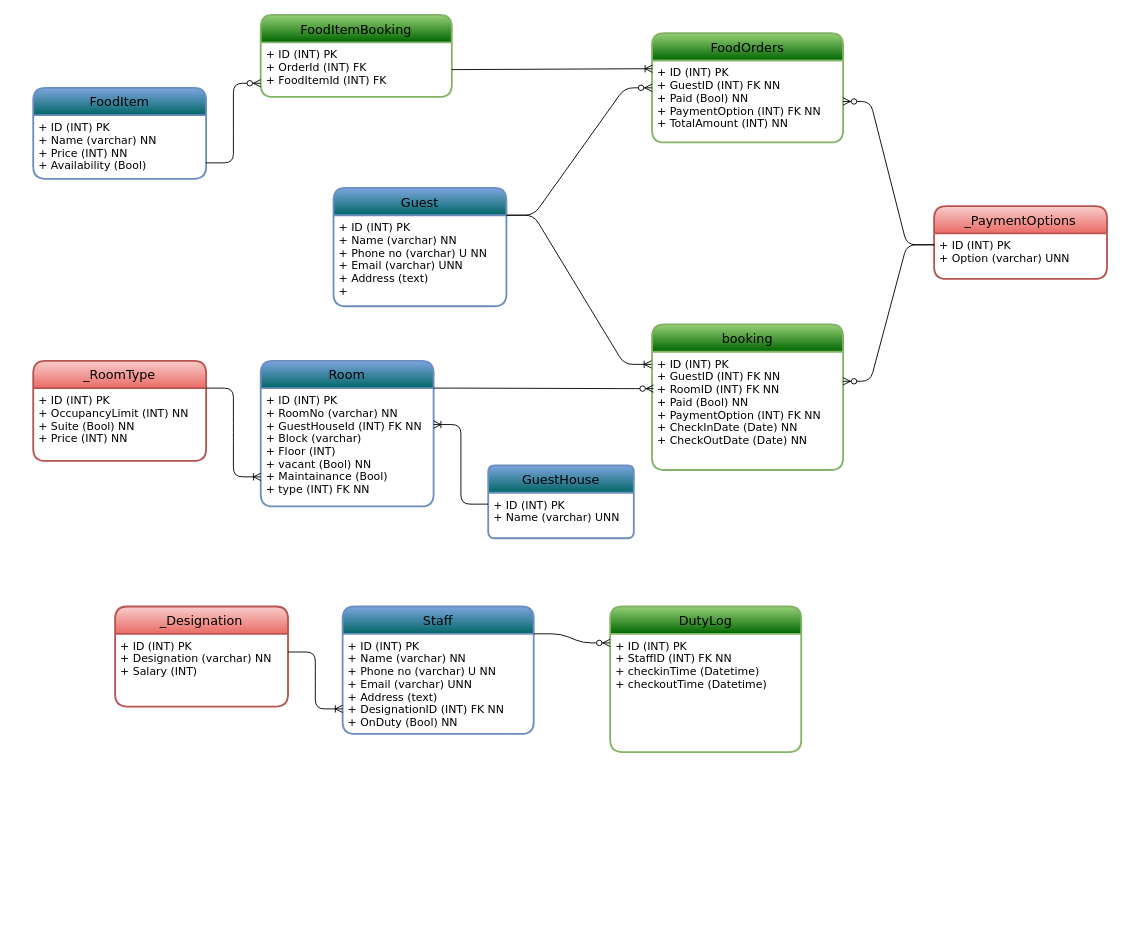
The draw.io diagram page "GuestHouse Amenities" (1 of 2) of flowchat.drawio in RupakBiswas-2304/dbmsminiproject, before the edit. Source tidied: cells renumbered, new cells numbered last; positions are measured from the earlier drawing's top-left corner, leaving out a move shared by most shapes. Both pictures are drawn from the tidied source at 91%, with x=0, y=0 at pixel (33, 15).
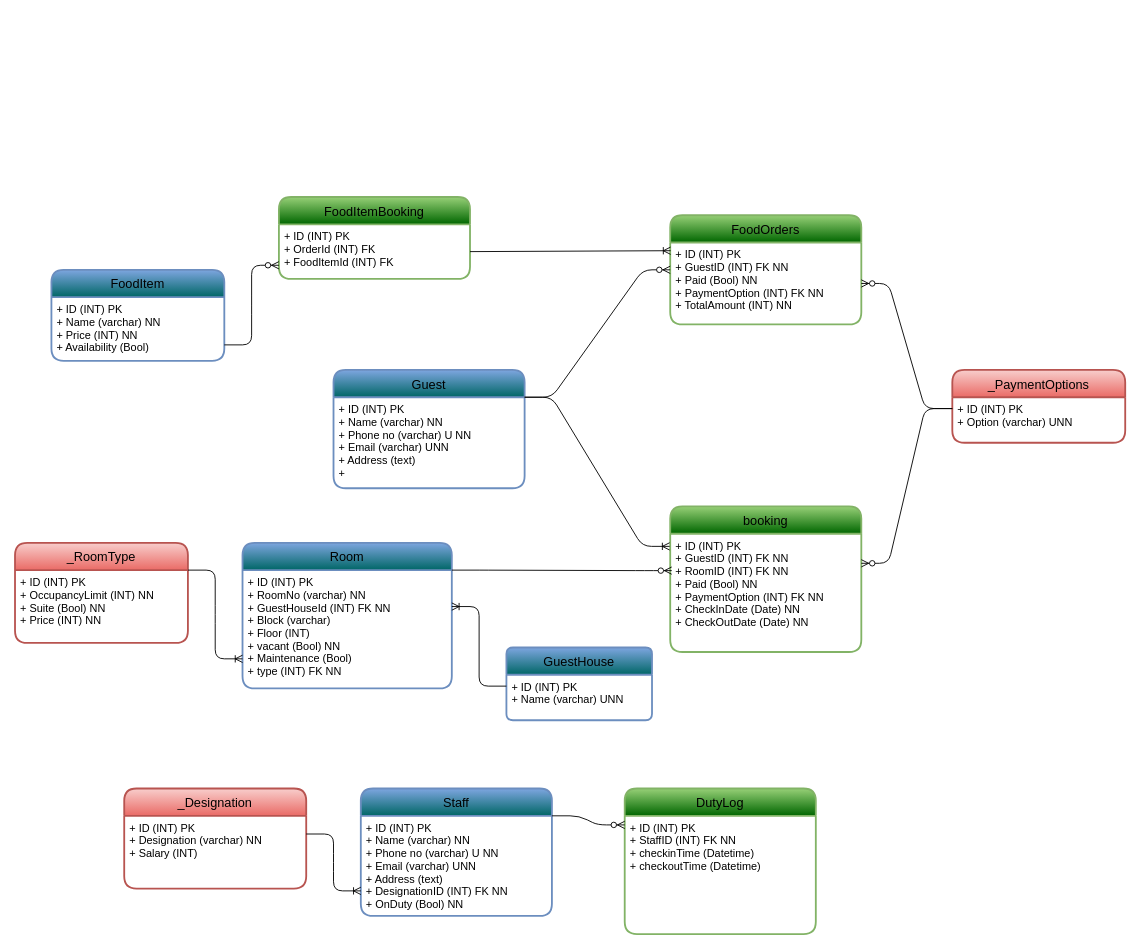
The same page after the edit.

What changed in the source:
```diff
@@
-    <mxCell id="2" value="Guest" style="swimlane;horizontal=1;startSize=30;rounded=1;fontSize=14;fontStyle=0;strokeWidth=2;shadow=0;dashed=0;align=center;fontFamily=Verdana;fillColor=#006666;strokeColor=#6c8ebf;gradientColor=#7ea6e0;gradientDirection=north;" parent="1" vertex="1">
-      <mxGeometry x="330" y="190" width="190" height="130" as="geometry" />
+    <mxCell id="2" value="Guest" style="swimlane;horizontal=1;startSize=30;rounded=1;fontSize=14;fontStyle=0;strokeWidth=2;shadow=0;dashed=0;align=center;fontFamily=JetBrains Mono;fillColor=#006666;strokeColor=#6c8ebf;gradientColor=#7ea6e0;gradientDirection=north;" parent="1" vertex="1">
+      <mxGeometry x="330" y="390" width="210" height="130" as="geometry" />
     </mxCell>
-    <mxCell id="3" value="+ ID (INT) PK&#10;+ Name (varchar) NN&#10;+ Phone no (varchar) U NN&#10;+ Email (varchar) UNN&#10;+ Address (text) &#10;+ &#10;" style="align=left;strokeColor=none;fillColor=none;spacingLeft=4;fontSize=12;verticalAlign=top;fontFamily=Verdana;" parent="2" vertex="1">
-      <mxGeometry y="30" width="190" height="100" as="geometry" />
+    <mxCell id="3" value="+ ID (INT) PK&#10;+ Name (varchar) NN&#10;+ Phone no (varchar) U NN&#10;+ Email (varchar) UNN&#10;+ Address (text) &#10;+ &#10;" style="align=left;strokeColor=none;fillColor=none;spacingLeft=4;fontSize=12;verticalAlign=top;fontFamily=JetBrains Mono;" parent="2" vertex="1">
+      <mxGeometry y="30" width="210" height="100" as="geometry" />
     </mxCell>
-    <mxCell id="4" value="GuestHouse" style="swimlane;horizontal=1;startSize=30;rounded=1;fontSize=14;fontStyle=0;strokeWidth=2;shadow=0;dashed=0;align=center;fontFamily=Verdana;arcSize=8;fillColor=#006666;strokeColor=#6c8ebf;gradientColor=#7ea6e0;gradientDirection=north;" parent="1" vertex="1">
-      <mxGeometry x="500" y="495" width="160" height="80" as="geometry" />
+    <mxCell id="4" value="GuestHouse" style="swimlane;horizontal=1;startSize=30;rounded=1;fontSize=14;fontStyle=0;strokeWidth=2;shadow=0;dashed=0;align=center;fontFamily=JetBrains Mono;arcSize=8;fillColor=#006666;strokeColor=#6c8ebf;gradientColor=#7ea6e0;gradientDirection=north;" parent="1" vertex="1">
+      <mxGeometry x="520" y="695" width="160" height="80" as="geometry" />
     </mxCell>
-    <mxCell id="5" value="+ ID (INT) PK&#10;+ Name (varchar) UNN" style="align=left;strokeColor=none;fillColor=none;spacingLeft=4;fontSize=12;verticalAlign=top;fontFamily=Verdana;" parent="4" vertex="1">
+    <mxCell id="5" value="+ ID (INT) PK&#10;+ Name (varchar) UNN" style="align=left;strokeColor=none;fillColor=none;spacingLeft=4;fontSize=12;verticalAlign=top;fontFamily=JetBrains Mono;" parent="4" vertex="1">
       <mxGeometry y="30" width="160" height="50" as="geometry" />
     </mxCell>
-    <mxCell id="6" value="Room" style="swimlane;horizontal=1;startSize=30;rounded=1;fontSize=14;fontStyle=0;strokeWidth=2;shadow=0;dashed=0;align=center;fontFamily=Verdana;fillColor=#006666;strokeColor=#6c8ebf;gradientColor=#7ea6e0;gradientDirection=north;" parent="1" vertex="1">
-      <mxGeometry x="250" y="380" width="190" height="160" as="geometry" />
+    <mxCell id="6" value="Room" style="swimlane;horizontal=1;startSize=30;rounded=1;fontSize=14;fontStyle=0;strokeWidth=2;shadow=0;dashed=0;align=center;fontFamily=JetBrains Mono;fillColor=#006666;strokeColor=#6c8ebf;gradientColor=#7ea6e0;gradientDirection=north;" parent="1" vertex="1">
+      <mxGeometry x="230" y="580" width="230" height="160" as="geometry" />
     </mxCell>
-    <mxCell id="7" value="+ ID (INT) PK&#10;+ RoomNo (varchar) NN&#10;+ GuestHouseId (INT) FK NN &#10;+ Block (varchar) &#10;+ Floor (INT)&#10;+ vacant (Bool) NN&#10;+ Maintainance (Bool) &#10;+ type (INT) FK NN" style="align=left;strokeColor=none;fillColor=none;spacingLeft=4;fontSize=12;verticalAlign=top;fontFamily=Verdana;" parent="6" vertex="1">
-      <mxGeometry y="30" width="190" height="130" as="geometry" />
+    <mxCell id="7" value="+ ID (INT) PK&#10;+ RoomNo (varchar) NN&#10;+ GuestHouseId (INT) FK NN &#10;+ Block (varchar) &#10;+ Floor (INT)&#10;+ vacant (Bool) NN&#10;+ Maintenance (Bool) &#10;+ type (INT) FK NN" style="align=left;strokeColor=none;fillColor=none;spacingLeft=4;fontSize=12;verticalAlign=top;fontFamily=JetBrains Mono;" parent="6" vertex="1">
+      <mxGeometry y="30" width="230" height="130" as="geometry" />
     </mxCell>
-    <mxCell id="8" value="booking" style="swimlane;horizontal=1;startSize=30;rounded=1;fontSize=14;fontStyle=0;strokeWidth=2;shadow=0;dashed=0;align=center;fontFamily=Verdana;fillColor=#006600;strokeColor=#82b366;gradientColor=#97d077;gradientDirection=north;" parent="1" vertex="1">
-      <mxGeometry x="680" y="340" width="210" height="160" as="geometry" />
+    <mxCell id="8" value="booking" style="swimlane;horizontal=1;startSize=30;rounded=1;fontSize=14;fontStyle=0;strokeWidth=2;shadow=0;dashed=0;align=center;fontFamily=JetBrains Mono;fillColor=#006600;strokeColor=#82b366;gradientColor=#97d077;gradientDirection=north;" parent="1" vertex="1">
+      <mxGeometry x="700" y="540" width="210" height="160" as="geometry" />
     </mxCell>
-    <mxCell id="9" value="+ ID (INT) PK&#10;+ GuestID (INT) FK NN&#10;+ RoomID (INT) FK NN&#10;+ Paid (Bool) NN&#10;+ PaymentOption (INT) FK NN&#10;+ CheckInDate (Date) NN&#10;+ CheckOutDate (Date) NN" style="align=left;strokeColor=none;fillColor=none;spacingLeft=4;fontSize=12;verticalAlign=top;fontFamily=Verdana;" parent="8" vertex="1">
+    <mxCell id="9" value="+ ID (INT) PK&#10;+ GuestID (INT) FK NN&#10;+ RoomID (INT) FK NN&#10;+ Paid (Bool) NN&#10;+ PaymentOption (INT) FK NN&#10;+ CheckInDate (Date) NN&#10;+ CheckOutDate (Date) NN" style="align=left;strokeColor=none;fillColor=none;spacingLeft=4;fontSize=12;verticalAlign=top;fontFamily=JetBrains Mono;" parent="8" vertex="1">
       <mxGeometry y="30" width="210" height="130" as="geometry" />
     </mxCell>
-    <mxCell id="10" value="_RoomType" style="swimlane;horizontal=1;startSize=30;rounded=1;fontSize=14;fontStyle=0;strokeWidth=2;shadow=0;dashed=0;align=center;fontFamily=Verdana;fillColor=#f8cecc;strokeColor=#b85450;gradientColor=#ea6b66;" parent="1" vertex="1">
-      <mxGeometry y="380" width="190" height="110" as="geometry" />
+    <mxCell id="10" value="_RoomType" style="swimlane;horizontal=1;startSize=30;rounded=1;fontSize=14;fontStyle=0;strokeWidth=2;shadow=0;dashed=0;align=center;fontFamily=JetBrains Mono;fillColor=#f8cecc;strokeColor=#b85450;gradientColor=#ea6b66;" parent="1" vertex="1">
+      <mxGeometry x="-20" y="580" width="190" height="110" as="geometry" />
     </mxCell>
-    <mxCell id="11" value="+ ID (INT) PK&#10;+ OccupancyLimit (INT) NN&#10;+ Suite (Bool) NN&#10;+ Price (INT) NN" style="align=left;strokeColor=none;fillColor=none;spacingLeft=4;fontSize=12;verticalAlign=top;fontFamily=Verdana;" parent="10" vertex="1">
+    <mxCell id="11" value="+ ID (INT) PK&#10;+ OccupancyLimit (INT) NN&#10;+ Suite (Bool) NN&#10;+ Price (INT) NN" style="align=left;strokeColor=none;fillColor=none;spacingLeft=4;fontSize=12;verticalAlign=top;fontFamily=JetBrains Mono;" parent="10" vertex="1">
       <mxGeometry y="30" width="190" height="80" as="geometry" />
     </mxCell>
-    <mxCell id="12" style="edgeStyle=entityRelationEdgeStyle;fontSize=12;html=1;endArrow=ERoneToMany;fontFamily=Verdana;fontColor=#F0F0F0;entryX=1;entryY=0.308;entryDx=0;entryDy=0;entryPerimeter=0;exitX=0;exitY=0.25;exitDx=0;exitDy=0;" parent="1" edge="1" source="5" target="7">
+    <mxCell id="12" style="edgeStyle=entityRelationEdgeStyle;fontSize=12;html=1;endArrow=ERoneToMany;fontFamily=JetBrains Mono;fontColor=#F0F0F0;entryX=1;entryY=0.308;entryDx=0;entryDy=0;entryPerimeter=0;exitX=0;exitY=0.25;exitDx=0;exitDy=0;" parent="1" edge="1" source="5" target="7">
       <mxGeometry relative="1" as="geometry" />
     </mxCell>
-    <mxCell id="13" style="edgeStyle=entityRelationEdgeStyle;fontSize=12;html=1;endArrow=ERzeroToMany;endFill=1;fontFamily=Verdana;fontColor=#F0F0F0;entryX=0.008;entryY=0.312;entryDx=0;entryDy=0;entryPerimeter=0;exitX=1;exitY=0;exitDx=0;exitDy=0;" parent="1" edge="1" source="7" target="9">
+    <mxCell id="13" style="edgeStyle=entityRelationEdgeStyle;fontSize=12;html=1;endArrow=ERzeroToMany;endFill=1;fontFamily=JetBrains Mono;fontColor=#F0F0F0;entryX=0.008;entryY=0.312;entryDx=0;entryDy=0;entryPerimeter=0;exitX=1;exitY=0;exitDx=0;exitDy=0;" parent="1" edge="1" source="7" target="9">
       <mxGeometry relative="1" as="geometry" />
     </mxCell>
-    <mxCell id="14" style="edgeStyle=entityRelationEdgeStyle;fontSize=12;html=1;endArrow=ERoneToMany;fontFamily=Verdana;fontColor=#F0F0F0;entryX=-0.003;entryY=0.107;entryDx=0;entryDy=0;entryPerimeter=0;exitX=1;exitY=0;exitDx=0;exitDy=0;" parent="1" edge="1" source="3" target="9">
+    <mxCell id="14" style="edgeStyle=entityRelationEdgeStyle;fontSize=12;html=1;endArrow=ERoneToMany;fontFamily=JetBrains Mono;fontColor=#F0F0F0;entryX=-0.003;entryY=0.107;entryDx=0;entryDy=0;entryPerimeter=0;exitX=1;exitY=0;exitDx=0;exitDy=0;" parent="1" edge="1" source="3" target="9">
       <mxGeometry relative="1" as="geometry" />
     </mxCell>
-    <mxCell id="15" style="edgeStyle=entityRelationEdgeStyle;fontSize=12;html=1;endArrow=ERoneToMany;fontFamily=Verdana;fontColor=#F0F0F0;entryX=0;entryY=0.75;entryDx=0;entryDy=0;exitX=1;exitY=0;exitDx=0;exitDy=0;" parent="1" edge="1" source="11" target="7">
+    <mxCell id="15" style="edgeStyle=entityRelationEdgeStyle;fontSize=12;html=1;endArrow=ERoneToMany;fontFamily=JetBrains Mono;fontColor=#F0F0F0;entryX=0;entryY=0.75;entryDx=0;entryDy=0;exitX=1;exitY=0;exitDx=0;exitDy=0;" parent="1" edge="1" source="11" target="7">
       <mxGeometry relative="1" as="geometry" />
     </mxCell>
-    <mxCell id="16" value="FoodItem" style="swimlane;horizontal=1;startSize=30;rounded=1;fontSize=14;fontStyle=0;strokeWidth=2;shadow=0;dashed=0;align=center;fontFamily=Verdana;fillColor=#006666;strokeColor=#6c8ebf;gradientColor=#7ea6e0;gradientDirection=north;" parent="1" vertex="1">
-      <mxGeometry y="80" width="190" height="100" as="geometry" />
+    <mxCell id="16" value="FoodItem" style="swimlane;horizontal=1;startSize=30;rounded=1;fontSize=14;fontStyle=0;strokeWidth=2;shadow=0;dashed=0;align=center;fontFamily=JetBrains Mono;fillColor=#006666;strokeColor=#6c8ebf;gradientColor=#7ea6e0;gradientDirection=north;" parent="1" vertex="1">
+      <mxGeometry x="20" y="280" width="190" height="100" as="geometry" />
     </mxCell>
-    <mxCell id="17" value="+ ID (INT) PK&#10;+ Name (varchar) NN&#10;+ Price (INT) NN&#10;+ Availability (Bool) &#10;" style="align=left;strokeColor=none;fillColor=none;spacingLeft=4;fontSize=12;verticalAlign=top;fontFamily=Verdana;" parent="16" vertex="1">
+    <mxCell id="17" value="+ ID (INT) PK&#10;+ Name (varchar) NN&#10;+ Price (INT) NN&#10;+ Availability (Bool) &#10;" style="align=left;strokeColor=none;fillColor=none;spacingLeft=4;fontSize=12;verticalAlign=top;fontFamily=JetBrains Mono;" parent="16" vertex="1">
       <mxGeometry y="30" width="190" height="70" as="geometry" />
     </mxCell>
-    <mxCell id="18" value="FoodOrders" style="swimlane;horizontal=1;startSize=30;rounded=1;fontSize=14;fontStyle=0;strokeWidth=2;shadow=0;dashed=0;align=center;fontFamily=Verdana;fillColor=#006600;strokeColor=#82b366;gradientColor=#97d077;gradientDirection=north;" parent="1" vertex="1">
-      <mxGeometry x="680" y="20" width="210" height="120" as="geometry" />
+    <mxCell id="18" value="FoodOrders" style="swimlane;horizontal=1;startSize=30;rounded=1;fontSize=14;fontStyle=0;strokeWidth=2;shadow=0;dashed=0;align=center;fontFamily=JetBrains Mono;fillColor=#006600;strokeColor=#82b366;gradientColor=#97d077;gradientDirection=north;" parent="1" vertex="1">
+      <mxGeometry x="700" y="220" width="210" height="120" as="geometry" />
     </mxCell>
-    <mxCell id="19" value="+ ID (INT) PK&#10;+ GuestID (INT) FK NN&#10;+ Paid (Bool) NN&#10;+ PaymentOption (INT) FK NN&#10;+ TotalAmount (INT) NN" style="align=left;strokeColor=none;fillColor=none;spacingLeft=4;fontSize=12;verticalAlign=top;fontFamily=Verdana;" parent="18" vertex="1">
+    <mxCell id="19" value="+ ID (INT) PK&#10;+ GuestID (INT) FK NN&#10;+ Paid (Bool) NN&#10;+ PaymentOption (INT) FK NN&#10;+ TotalAmount (INT) NN" style="align=left;strokeColor=none;fillColor=none;spacingLeft=4;fontSize=12;verticalAlign=top;fontFamily=JetBrains Mono;" parent="18" vertex="1">
       <mxGeometry y="30" width="210" height="90" as="geometry" />
     </mxCell>
-    <mxCell id="20" value="FoodItemBooking" style="swimlane;horizontal=1;startSize=30;rounded=1;fontSize=14;fontStyle=0;strokeWidth=2;shadow=0;dashed=0;align=center;fontFamily=Verdana;fillColor=#006600;strokeColor=#82b366;gradientColor=#97d077;gradientDirection=north;" parent="1" vertex="1">
-      <mxGeometry x="250" width="210" height="90" as="geometry" />
+    <mxCell id="20" value="FoodItemBooking" style="swimlane;horizontal=1;startSize=30;rounded=1;fontSize=14;fontStyle=0;strokeWidth=2;shadow=0;dashed=0;align=center;fontFamily=JetBrains Mono;fillColor=#006600;strokeColor=#82b366;gradientColor=#97d077;gradientDirection=north;" parent="1" vertex="1">
+      <mxGeometry x="270" y="200" width="210" height="90" as="geometry" />
     </mxCell>
-    <mxCell id="21" value="+ ID (INT) PK&#10;+ OrderId (INT) FK&#10;+ FoodItemId (INT) FK" style="align=left;strokeColor=none;fillColor=none;spacingLeft=4;fontSize=12;verticalAlign=top;fontFamily=Verdana;" parent="20" vertex="1">
+    <mxCell id="21" value="+ ID (INT) PK&#10;+ OrderId (INT) FK&#10;+ FoodItemId (INT) FK" style="align=left;strokeColor=none;fillColor=none;spacingLeft=4;fontSize=12;verticalAlign=top;fontFamily=JetBrains Mono;" parent="20" vertex="1">
       <mxGeometry y="30" width="210" height="60" as="geometry" />
     </mxCell>
-    <mxCell id="22" style="edgeStyle=entityRelationEdgeStyle;fontSize=12;html=1;endArrow=ERzeroToMany;endFill=1;fontFamily=Verdana;fontColor=#F0F0F0;entryX=0;entryY=0.75;entryDx=0;entryDy=0;exitX=1;exitY=0.75;exitDx=0;exitDy=0;" parent="1" edge="1" source="17" target="21">
+    <mxCell id="22" style="edgeStyle=entityRelationEdgeStyle;fontSize=12;html=1;endArrow=ERzeroToMany;endFill=1;fontFamily=JetBrains Mono;fontColor=#F0F0F0;entryX=0;entryY=0.75;entryDx=0;entryDy=0;exitX=1;exitY=0.75;exitDx=0;exitDy=0;" parent="1" edge="1" source="17" target="21">
       <mxGeometry relative="1" as="geometry" />
     </mxCell>
-    <mxCell id="23" style="fontSize=12;html=1;endArrow=ERoneToMany;fontFamily=Verdana;fontColor=#F0F0F0;entryX=0.002;entryY=0.1;entryDx=0;entryDy=0;exitX=1;exitY=0.5;exitDx=0;exitDy=0;entryPerimeter=0;" parent="1" edge="1" source="21" target="19">
+    <mxCell id="23" style="fontSize=12;html=1;endArrow=ERoneToMany;fontFamily=JetBrains Mono;fontColor=#F0F0F0;entryX=0.002;entryY=0.1;entryDx=0;entryDy=0;exitX=1;exitY=0.5;exitDx=0;exitDy=0;entryPerimeter=0;" parent="1" edge="1" source="21" target="19">
       <mxGeometry relative="1" as="geometry" />
     </mxCell>
-    <mxCell id="24" style="edgeStyle=entityRelationEdgeStyle;fontSize=12;html=1;endArrow=ERzeroToMany;endFill=1;fontFamily=Verdana;fontColor=#F0F0F0;elbow=vertical;exitX=1;exitY=0;exitDx=0;exitDy=0;entryX=0;entryY=0.5;entryDx=0;entryDy=0;" parent="1" edge="1" source="3" target="18">
+    <mxCell id="24" style="edgeStyle=entityRelationEdgeStyle;fontSize=12;html=1;endArrow=ERzeroToMany;endFill=1;fontFamily=JetBrains Mono;fontColor=#F0F0F0;elbow=vertical;exitX=1;exitY=0;exitDx=0;exitDy=0;entryX=0;entryY=0.5;entryDx=0;entryDy=0;" parent="1" edge="1" source="3" target="18">
       <mxGeometry relative="1" as="geometry" />
     </mxCell>
-    <mxCell id="25" value="Staff" style="swimlane;horizontal=1;startSize=30;rounded=1;fontSize=14;fontStyle=0;strokeWidth=2;shadow=0;dashed=0;align=center;fontFamily=Verdana;fillColor=#006666;strokeColor=#6c8ebf;gradientColor=#7ea6e0;gradientDirection=north;" parent="1" vertex="1">
-      <mxGeometry x="340" y="650" width="210" height="140" as="geometry" />
+    <mxCell id="25" value="Staff" style="swimlane;horizontal=1;startSize=30;rounded=1;fontSize=14;fontStyle=0;strokeWidth=2;shadow=0;dashed=0;align=center;fontFamily=JetBrains Mono;fillColor=#006666;strokeColor=#6c8ebf;gradientColor=#7ea6e0;gradientDirection=north;" parent="1" vertex="1">
+      <mxGeometry x="360" y="850" width="210" height="140" as="geometry" />
     </mxCell>
-    <mxCell id="26" value="+ ID (INT) PK&#10;+ Name (varchar) NN&#10;+ Phone no (varchar) U NN&#10;+ Email (varchar) UNN&#10;+ Address (text) &#10;+ DesignationID (INT) FK NN&#10;+ OnDuty (Bool) NN" style="align=left;strokeColor=none;fillColor=none;spacingLeft=4;fontSize=12;verticalAlign=top;fontFamily=Verdana;" parent="25" vertex="1">
+    <mxCell id="26" value="+ ID (INT) PK&#10;+ Name (varchar) NN&#10;+ Phone no (varchar) U NN&#10;+ Email (varchar) UNN&#10;+ Address (text) &#10;+ DesignationID (INT) FK NN&#10;+ OnDuty (Bool) NN" style="align=left;strokeColor=none;fillColor=none;spacingLeft=4;fontSize=12;verticalAlign=top;fontFamily=JetBrains Mono;" parent="25" vertex="1">
       <mxGeometry y="30" width="210" height="110" as="geometry" />
     </mxCell>
-    <mxCell id="27" value="DutyLog" style="swimlane;horizontal=1;startSize=30;rounded=1;fontSize=14;fontStyle=0;strokeWidth=2;shadow=0;dashed=0;align=center;fontFamily=Verdana;fillColor=#006600;strokeColor=#82b366;gradientColor=#97d077;gradientDirection=north;" parent="1" vertex="1">
-      <mxGeometry x="634" y="650" width="210" height="160" as="geometry" />
+    <mxCell id="27" value="DutyLog" style="swimlane;horizontal=1;startSize=30;rounded=1;fontSize=14;fontStyle=0;strokeWidth=2;shadow=0;dashed=0;align=center;fontFamily=JetBrains Mono;fillColor=#006600;strokeColor=#82b366;gradientColor=#97d077;gradientDirection=north;" parent="1" vertex="1">
+      <mxGeometry x="650" y="850" width="210" height="160" as="geometry" />
     </mxCell>
-    <mxCell id="28" value="+ ID (INT) PK&#10;+ StaffID (INT) FK NN&#10;+ checkinTime (Datetime)&#10;+ checkoutTime (Datetime)" style="align=left;strokeColor=none;fillColor=none;spacingLeft=4;fontSize=12;verticalAlign=top;fontFamily=Verdana;" parent="27" vertex="1">
+    <mxCell id="28" value="+ ID (INT) PK&#10;+ StaffID (INT) FK NN&#10;+ checkinTime (Datetime)&#10;+ checkoutTime (Datetime)" style="align=left;strokeColor=none;fillColor=none;spacingLeft=4;fontSize=12;verticalAlign=top;fontFamily=JetBrains Mono;" parent="27" vertex="1">
       <mxGeometry y="30" width="210" height="130" as="geometry" />
     </mxCell>
-    <mxCell id="29" value="_Designation" style="swimlane;horizontal=1;startSize=30;rounded=1;fontSize=14;fontStyle=0;strokeWidth=2;shadow=0;dashed=0;align=center;fontFamily=Verdana;fillColor=#f8cecc;strokeColor=#b85450;gradientColor=#ea6b66;" parent="1" vertex="1">
-      <mxGeometry x="90" y="650" width="190" height="110" as="geometry" />
+    <mxCell id="29" value="_Designation" style="swimlane;horizontal=1;startSize=30;rounded=1;fontSize=14;fontStyle=0;strokeWidth=2;shadow=0;dashed=0;align=center;fontFamily=JetBrains Mono;fillColor=#f8cecc;strokeColor=#b85450;gradientColor=#ea6b66;" parent="1" vertex="1">
+      <mxGeometry x="100" y="850" width="200" height="110" as="geometry" />
     </mxCell>
-    <mxCell id="30" value="+ ID (INT) PK&#10;+ Designation (varchar) NN&#10;+ Salary (INT) " style="align=left;strokeColor=none;fillColor=none;spacingLeft=4;fontSize=12;verticalAlign=top;fontFamily=Verdana;" parent="29" vertex="1">
-      <mxGeometry y="30" width="190" height="80" as="geometry" />
+    <mxCell id="30" value="+ ID (INT) PK&#10;+ Designation (varchar) NN&#10;+ Salary (INT) " style="align=left;strokeColor=none;fillColor=none;spacingLeft=4;fontSize=12;verticalAlign=top;fontFamily=JetBrains Mono;" parent="29" vertex="1">
+      <mxGeometry y="30" width="200" height="80" as="geometry" />
     </mxCell>
-    <mxCell id="31" style="edgeStyle=entityRelationEdgeStyle;fontSize=12;html=1;endArrow=ERoneToMany;fontFamily=Verdana;fontColor=#F0F0F0;entryX=0;entryY=0.75;entryDx=0;entryDy=0;exitX=1;exitY=0.25;exitDx=0;exitDy=0;" parent="1" edge="1" source="30" target="26">
+    <mxCell id="31" style="edgeStyle=entityRelationEdgeStyle;fontSize=12;html=1;endArrow=ERoneToMany;fontFamily=JetBrains Mono;fontColor=#F0F0F0;entryX=0;entryY=0.75;entryDx=0;entryDy=0;exitX=1;exitY=0.25;exitDx=0;exitDy=0;" parent="1" edge="1" source="30" target="26">
       <mxGeometry relative="1" as="geometry" />
     </mxCell>
-    <mxCell id="32" style="edgeStyle=entityRelationEdgeStyle;fontSize=12;html=1;endArrow=ERzeroToMany;endFill=1;fontFamily=Verdana;fontColor=#F0F0F0;entryX=0;entryY=0.25;entryDx=0;entryDy=0;exitX=1;exitY=0;exitDx=0;exitDy=0;" parent="1" edge="1" source="26" target="27">
+    <mxCell id="32" style="edgeStyle=entityRelationEdgeStyle;fontSize=12;html=1;endArrow=ERzeroToMany;endFill=1;fontFamily=JetBrains Mono;fontColor=#F0F0F0;entryX=0;entryY=0.25;entryDx=0;entryDy=0;exitX=1;exitY=0;exitDx=0;exitDy=0;" parent="1" edge="1" source="26" target="27">
       <mxGeometry relative="1" as="geometry" />
     </mxCell>
-    <mxCell id="33" value="_PaymentOptions" style="swimlane;horizontal=1;startSize=30;rounded=1;fontSize=14;fontStyle=0;strokeWidth=2;shadow=0;dashed=0;align=center;fontFamily=Verdana;fillColor=#f8cecc;strokeColor=#b85450;gradientColor=#ea6b66;" parent="1" vertex="1">
-      <mxGeometry x="990" y="210" width="190" height="80" as="geometry" />
+    <mxCell id="33" value="_PaymentOptions" style="swimlane;horizontal=1;startSize=30;rounded=1;fontSize=14;fontStyle=0;strokeWidth=2;shadow=0;dashed=0;align=center;fontFamily=JetBrains Mono;fillColor=#f8cecc;strokeColor=#b85450;gradientColor=#ea6b66;" parent="1" vertex="1">
+      <mxGeometry x="1010" y="390" width="190" height="80" as="geometry" />
     </mxCell>
-    <mxCell id="34" value="+ ID (INT) PK&#10;+ Option (varchar) UNN" style="align=left;strokeColor=none;fillColor=none;spacingLeft=4;fontSize=12;verticalAlign=top;fontFamily=Verdana;" parent="33" vertex="1">
+    <mxCell id="34" value="+ ID (INT) PK&#10;+ Option (varchar) UNN" style="align=left;strokeColor=none;fillColor=none;spacingLeft=4;fontSize=12;verticalAlign=top;fontFamily=JetBrains Mono;" parent="33" vertex="1">
       <mxGeometry y="30" width="190" height="50" as="geometry" />
     </mxCell>
-    <mxCell id="35" style="edgeStyle=entityRelationEdgeStyle;fontSize=12;html=1;endArrow=ERzeroToMany;endFill=1;fontFamily=Verdana;fontColor=#F0F0F0;elbow=vertical;entryX=1;entryY=0.25;entryDx=0;entryDy=0;exitX=0;exitY=0.25;exitDx=0;exitDy=0;" parent="1" edge="1" source="34" target="9">
+    <mxCell id="35" style="edgeStyle=entityRelationEdgeStyle;fontSize=12;html=1;endArrow=ERzeroToMany;endFill=1;fontFamily=JetBrains Mono;fontColor=#F0F0F0;elbow=vertical;entryX=1;entryY=0.25;entryDx=0;entryDy=0;exitX=0;exitY=0.25;exitDx=0;exitDy=0;" parent="1" edge="1" source="34" target="9">
       <mxGeometry relative="1" as="geometry" />
     </mxCell>
-    <mxCell id="36" style="edgeStyle=entityRelationEdgeStyle;fontSize=12;html=1;endArrow=ERzeroToMany;endFill=1;fontFamily=Verdana;fontColor=#F0F0F0;elbow=vertical;entryX=1;entryY=0.5;entryDx=0;entryDy=0;exitX=0;exitY=0.25;exitDx=0;exitDy=0;" parent="1" edge="1" source="34" target="19">
+    <mxCell id="36" style="edgeStyle=entityRelationEdgeStyle;fontSize=12;html=1;endArrow=ERzeroToMany;endFill=1;fontFamily=JetBrains Mono;fontColor=#F0F0F0;elbow=vertical;entryX=1;entryY=0.5;entryDx=0;entryDy=0;exitX=0;exitY=0.25;exitDx=0;exitDy=0;" parent="1" edge="1" source="34" target="19">
       <mxGeometry relative="1" as="geometry" />
     </mxCell>
```
